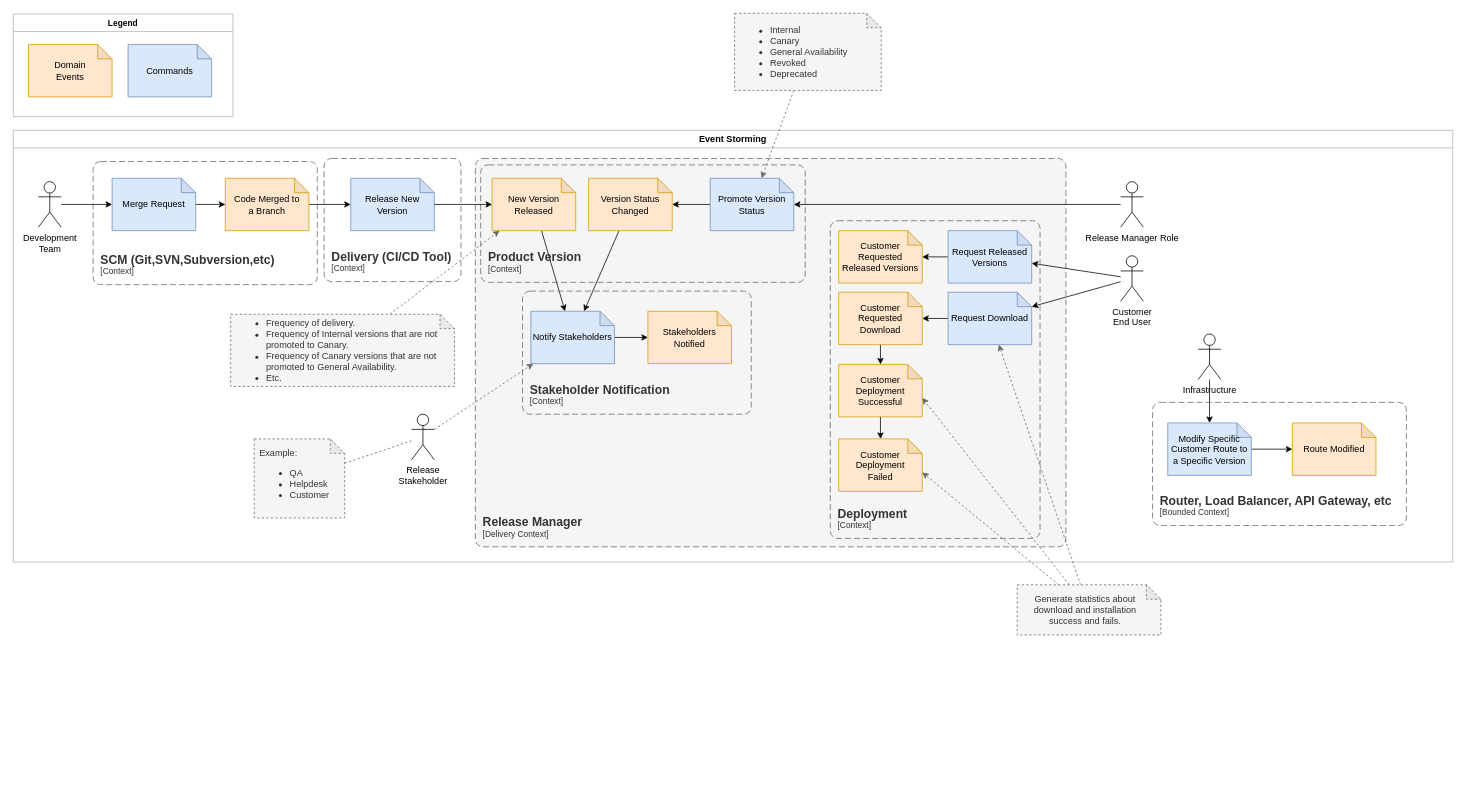
Above: page "Event Storming" (1 of 5) of docs/release-manager.drawio in release-manager-2023/concurso-intersystems-2023 (draw.io), before the change. Source tidied: cells renumbered, new cells numbered last; positions are measured from the earlier drawing's top-left corner, leaving out a move shared by most shapes. Both pictures are drawn from the tidied source at 76%, with x=0, y=0 at pixel (13, 13).
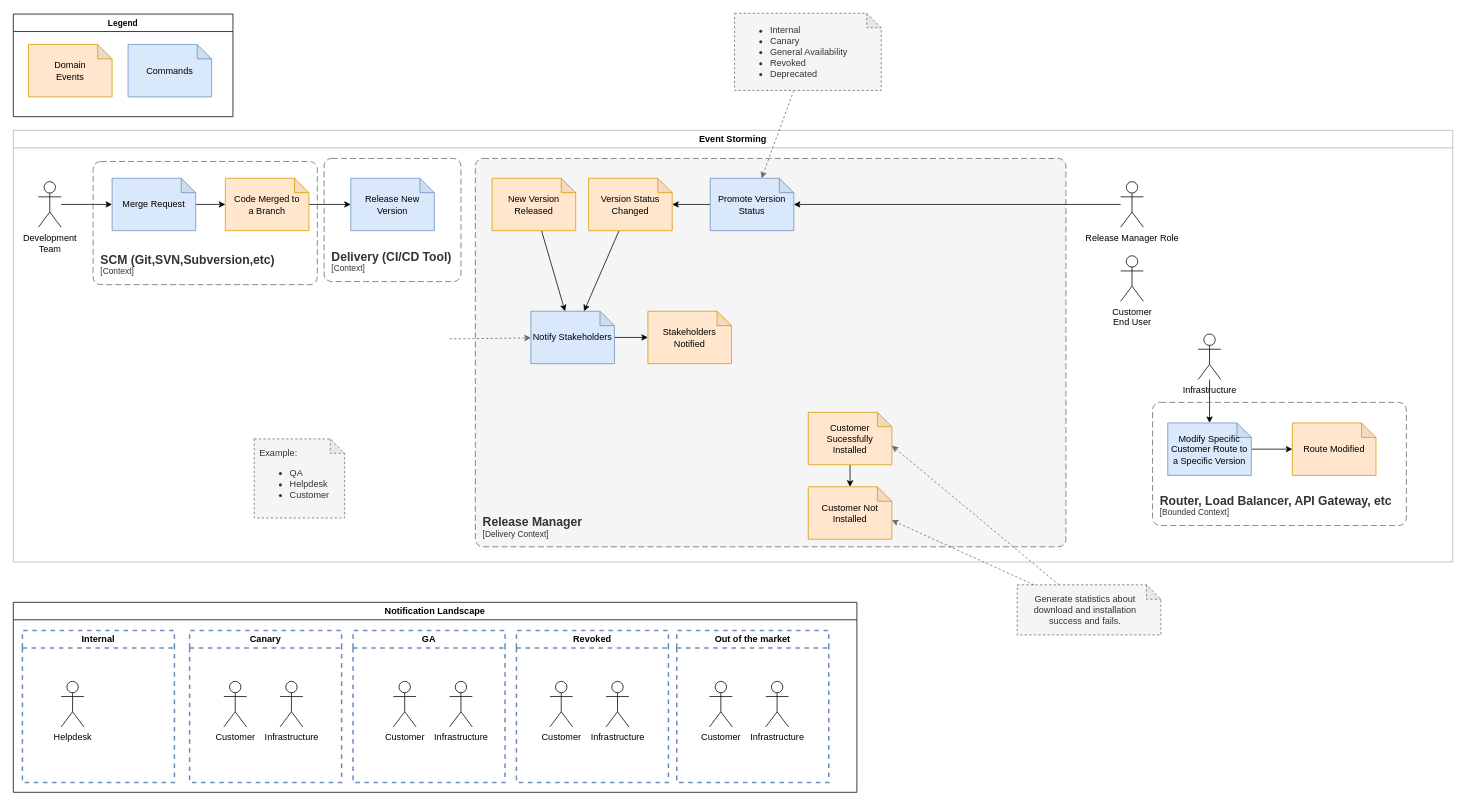
The same diagram, later.

Unchanged cells that the change refers to:
```xml
<mxCell id="2" value="Event Storming" style="swimlane;whiteSpace=wrap;html=1;strokeColor=#B3B3B3;" parent="1" vertex="1">
  <mxGeometry y="154" width="1894" height="568" as="geometry" />
</mxCell>
<mxCell id="10" value="Release New Version" style="shape=note;whiteSpace=wrap;html=1;backgroundOutline=1;darkOpacity=0.05;size=19;fillColor=#dae8fc;strokeColor=#6c8ebf;" parent="2" vertex="1">
  <mxGeometry x="444" y="63" width="110" height="69" as="geometry" />
</mxCell>
<mxCell id="17" value="Customer&lt;br&gt;End User" style="shape=umlActor;verticalLabelPosition=bottom;verticalAlign=top;html=1;outlineConnect=0;" parent="2" vertex="1">
  <mxGeometry x="1457" y="165" width="30" height="60" as="geometry" />
</mxCell>
<mxCell id="23" value="New Version Released" style="shape=note;whiteSpace=wrap;html=1;backgroundOutline=1;darkOpacity=0.05;size=19;fillColor=#ffe6cc;strokeColor=#d79b00;" parent="2" vertex="1">
  <mxGeometry x="630" y="63" width="110" height="69" as="geometry" />
</mxCell>
<mxCell id="25" value="Notify Stakeholders" style="shape=note;whiteSpace=wrap;html=1;backgroundOutline=1;darkOpacity=0.05;size=19;fillColor=#dae8fc;strokeColor=#6c8ebf;" parent="2" vertex="1">
  <mxGeometry x="681" y="238" width="110" height="69" as="geometry" />
</mxCell>
<mxCell id="29" value="&lt;div&gt;Example:&lt;/div&gt;&lt;ul&gt;&lt;li&gt;&lt;span style=&quot;background-color: initial;&quot;&gt;QA&lt;/span&gt;&lt;/li&gt;&lt;li&gt;&lt;span style=&quot;background-color: initial;&quot;&gt;Helpdesk&lt;/span&gt;&lt;/li&gt;&lt;li&gt;&lt;span style=&quot;background-color: initial;&quot;&gt;Customer&lt;/span&gt;&lt;/li&gt;&lt;/ul&gt;" style="shape=note;whiteSpace=wrap;html=1;backgroundOutline=1;darkOpacity=0.05;size=19;fillColor=#f5f5f5;strokeColor=#666666;fontColor=#333333;dashed=1;spacing=2;spacingRight=15;spacingLeft=5;align=left;" parent="2" vertex="1">
  <mxGeometry x="317" y="406" width="119" height="104" as="geometry" />
</mxCell>
<mxCell id="59" value="Generate statistics about download and installation success and fails." style="shape=note;whiteSpace=wrap;html=1;backgroundOutline=1;darkOpacity=0.05;size=19;fillColor=#f5f5f5;strokeColor=#666666;fontColor=#333333;dashed=1;spacing=2;spacingRight=15;spacingLeft=5;" parent="1" vertex="1">
  <mxGeometry x="1321" y="752" width="189" height="66" as="geometry" />
</mxCell>
```

What changed in the source:
```diff
@@
-    <mxCell id="15" style="edgeStyle=none;shape=connector;rounded=0;jettySize=auto;html=1;labelBackgroundColor=default;strokeColor=default;align=center;verticalAlign=middle;fontFamily=Helvetica;fontSize=11;fontColor=default;endArrow=classic;" parent="2" edge="1" source="17" target="44">
+    <mxCell id="15" style="edgeStyle=none;shape=connector;rounded=0;jettySize=auto;html=1;labelBackgroundColor=default;strokeColor=default;align=center;verticalAlign=middle;fontFamily=Helvetica;fontSize=11;fontColor=default;endArrow=classic;" parent="2" edge="1" source="17">
       <mxGeometry relative="1" as="geometry" />
     </mxCell>
-    <mxCell id="16" style="edgeStyle=none;shape=connector;rounded=0;jettySize=auto;html=1;labelBackgroundColor=default;strokeColor=default;align=center;verticalAlign=middle;fontFamily=Helvetica;fontSize=11;fontColor=default;endArrow=classic;" parent="2" edge="1" source="17" target="48">
+    <mxCell id="16" style="edgeStyle=none;shape=connector;rounded=0;jettySize=auto;html=1;labelBackgroundColor=default;strokeColor=default;align=center;verticalAlign=middle;fontFamily=Helvetica;fontSize=11;fontColor=default;endArrow=classic;" parent="2" edge="1" source="17">
       <mxGeometry relative="1" as="geometry" />
     </mxCell>
@@
-    <mxCell id="27" style="edgeStyle=none;shape=connector;rounded=0;jettySize=auto;html=1;labelBackgroundColor=default;strokeColor=#666666;align=center;verticalAlign=middle;fontFamily=Helvetica;fontSize=11;fontColor=default;endArrow=classic;fillColor=#f5f5f5;dashed=1;" parent="2" edge="1" source="52" target="25">
-      <mxGeometry relative="1" as="geometry" />
+    <mxCell id="27" style="edgeStyle=none;shape=connector;rounded=0;jettySize=auto;html=1;labelBackgroundColor=default;strokeColor=#666666;align=center;verticalAlign=middle;fontFamily=Helvetica;fontSize=11;fontColor=default;endArrow=classic;fillColor=#f5f5f5;dashed=1;" parent="2" edge="1" target="25">
+      <mxGeometry relative="1" as="geometry">
+        <mxPoint x="574" y="274.4" as="sourcePoint" />
+      </mxGeometry>
     </mxCell>
-    <mxCell id="28" style="rounded=0;jettySize=auto;html=1;dashed=1;fillColor=#f5f5f5;strokeColor=#666666;endArrow=none;endFill=0;" parent="2" edge="1" source="29" target="52">
+    <mxCell id="28" style="rounded=0;jettySize=auto;html=1;dashed=1;fillColor=#f5f5f5;strokeColor=#666666;endArrow=none;endFill=0;" parent="2" edge="1" source="29">
       <mxGeometry relative="1" as="geometry" />
     </mxCell>
@@
-    <mxCell id="36" value="&lt;div&gt;&lt;ul&gt;&lt;li&gt;Frequency of delivery.&lt;/li&gt;&lt;li&gt;Frequency of Internal versions that are not promoted to Canary.&lt;/li&gt;&lt;li&gt;Frequency of Canary versions that are not promoted to General Availability.&lt;/li&gt;&lt;li&gt;Etc.&lt;/li&gt;&lt;/ul&gt;&lt;/div&gt;" style="shape=note;whiteSpace=wrap;html=1;backgroundOutline=1;darkOpacity=0.05;size=19;fillColor=#f5f5f5;strokeColor=#666666;fontColor=#333333;dashed=1;spacing=2;spacingRight=15;spacingLeft=5;align=left;" parent="2" vertex="1">
-      <mxGeometry x="286" y="242" width="294.5" height="95" as="geometry" />
-    </mxCell>
-    <mxCell id="37" style="edgeStyle=none;shape=connector;rounded=0;jettySize=auto;html=1;labelBackgroundColor=default;strokeColor=#666666;align=center;verticalAlign=middle;fontFamily=Helvetica;fontSize=11;fontColor=default;endArrow=classic;fillColor=#f5f5f5;dashed=1;" parent="2" edge="1" source="36" target="23">
-      <mxGeometry relative="1" as="geometry" />
-    </mxCell>
-    <object id="38" label="&lt;font style=&quot;font-size: 16px&quot;&gt;&lt;b&gt;&lt;div style=&quot;text-align: left&quot;&gt;%c4Name%&lt;/div&gt;&lt;/b&gt;&lt;/font&gt;&lt;div style=&quot;text-align: left&quot;&gt;[%c4Application%]&lt;/div&gt;" c4Application="Context" c4Name="Product Version" placeholders="1">
-      <mxCell style="rounded=1;fontSize=11;whiteSpace=wrap;html=1;dashed=1;arcSize=20;fillColor=none;strokeColor=#666666;fontColor=#333333;labelBackgroundColor=none;align=left;verticalAlign=bottom;labelBorderColor=none;spacingTop=0;spacing=10;dashPattern=8 4;perimeter=rectanglePerimeter;noLabel=0;labelPadding=0;absoluteArcSize=1;" parent="2" vertex="1">
-        <mxGeometry x="615" y="45.5" width="427" height="154.5" as="geometry" />
-      </mxCell>
-    </object>
-    <mxCell id="39" style="edgeStyle=none;shape=connector;rounded=0;jettySize=auto;html=1;labelBackgroundColor=default;strokeColor=default;align=center;verticalAlign=middle;fontFamily=Helvetica;fontSize=11;fontColor=default;endArrow=classic;" parent="2" edge="1" source="10" target="23">
-      <mxGeometry relative="1" as="geometry" />
-    </mxCell>
-    <object id="40" label="&lt;font style=&quot;font-size: 16px&quot;&gt;&lt;b&gt;&lt;div style=&quot;text-align: left&quot;&gt;%c4Name%&lt;/div&gt;&lt;/b&gt;&lt;/font&gt;&lt;div style=&quot;text-align: left&quot;&gt;[%c4Application%]&lt;/div&gt;" c4Application="Context" c4Name="Stakeholder Notification" placeholders="1">
-      <mxCell style="rounded=1;fontSize=11;whiteSpace=wrap;html=1;dashed=1;arcSize=20;fillColor=none;strokeColor=#666666;fontColor=#333333;labelBackgroundColor=none;align=left;verticalAlign=bottom;labelBorderColor=none;spacingTop=0;spacing=10;dashPattern=8 4;perimeter=rectanglePerimeter;noLabel=0;labelPadding=0;absoluteArcSize=1;" parent="2" vertex="1">
-        <mxGeometry x="670" y="211.5" width="301" height="162" as="geometry" />
-      </mxCell>
-    </object>
-    <object id="41" label="&lt;font style=&quot;font-size: 16px&quot;&gt;&lt;b&gt;&lt;div style=&quot;text-align: left&quot;&gt;%c4Name%&lt;/div&gt;&lt;/b&gt;&lt;/font&gt;&lt;div style=&quot;text-align: left&quot;&gt;[%c4Application%]&lt;/div&gt;" c4Application="Context" c4Name="Deployment" placeholders="1">
-      <mxCell style="rounded=1;fontSize=11;whiteSpace=wrap;html=1;dashed=1;arcSize=20;fillColor=none;strokeColor=#666666;fontColor=#333333;labelBackgroundColor=none;align=left;verticalAlign=bottom;labelBorderColor=none;spacingTop=0;spacing=10;dashPattern=8 4;perimeter=rectanglePerimeter;noLabel=0;labelPadding=0;absoluteArcSize=1;" parent="2" vertex="1">
-        <mxGeometry x="1075" y="119" width="276" height="418" as="geometry" />
-      </mxCell>
-    </object>
-    <mxCell id="42" value="Customer Requested Released Versions" style="shape=note;whiteSpace=wrap;html=1;backgroundOutline=1;darkOpacity=0.05;size=19;fillColor=#ffe6cc;strokeColor=#d79b00;" parent="2" vertex="1">
-      <mxGeometry x="1086" y="132" width="110" height="69" as="geometry" />
-    </mxCell>
-    <mxCell id="43" style="edgeStyle=none;shape=connector;rounded=0;jettySize=auto;html=1;labelBackgroundColor=default;strokeColor=default;align=center;verticalAlign=middle;fontFamily=Helvetica;fontSize=11;fontColor=default;endArrow=classic;" parent="2" edge="1" source="44" target="42">
-      <mxGeometry relative="1" as="geometry" />
-    </mxCell>
-    <mxCell id="44" value="Request Released Versions" style="shape=note;whiteSpace=wrap;html=1;backgroundOutline=1;darkOpacity=0.05;size=19;fillColor=#dae8fc;strokeColor=#6c8ebf;" parent="2" vertex="1">
-      <mxGeometry x="1230" y="132" width="110" height="69" as="geometry" />
-    </mxCell>
-    <mxCell id="45" style="edgeStyle=none;shape=connector;rounded=0;jettySize=auto;html=1;labelBackgroundColor=default;strokeColor=default;align=center;verticalAlign=middle;fontFamily=Helvetica;fontSize=11;fontColor=default;endArrow=classic;" parent="2" edge="1" source="46" target="50">
-      <mxGeometry relative="1" as="geometry" />
-    </mxCell>
-    <mxCell id="46" value="Customer Requested Download" style="shape=note;whiteSpace=wrap;html=1;backgroundOutline=1;darkOpacity=0.05;size=19;fillColor=#ffe6cc;strokeColor=#d79b00;" parent="2" vertex="1">
-      <mxGeometry x="1086" y="213" width="110" height="69" as="geometry" />
-    </mxCell>
-    <mxCell id="47" style="edgeStyle=none;shape=connector;rounded=0;jettySize=auto;html=1;labelBackgroundColor=default;strokeColor=default;align=center;verticalAlign=middle;fontFamily=Helvetica;fontSize=11;fontColor=default;endArrow=classic;" parent="2" edge="1" source="48" target="46">
-      <mxGeometry relative="1" as="geometry" />
-    </mxCell>
-    <mxCell id="48" value="Request Download" style="shape=note;whiteSpace=wrap;html=1;backgroundOutline=1;darkOpacity=0.05;size=19;fillColor=#dae8fc;strokeColor=#6c8ebf;" parent="2" vertex="1">
-      <mxGeometry x="1230" y="213" width="110" height="69" as="geometry" />
-    </mxCell>
@@
-    <mxCell id="50" value="Customer&lt;br&gt;Deployment Successful" style="shape=note;whiteSpace=wrap;html=1;backgroundOutline=1;darkOpacity=0.05;size=19;fillColor=#ffe6cc;strokeColor=#d79b00;" parent="2" vertex="1">
-      <mxGeometry x="1086" y="308" width="110" height="69" as="geometry" />
+    <mxCell id="50" value="Customer Sucessfully Installed" style="shape=note;whiteSpace=wrap;html=1;backgroundOutline=1;darkOpacity=0.05;size=19;fillColor=#ffe6cc;strokeColor=#d79b00;" parent="2" vertex="1">
+      <mxGeometry x="1046" y="371" width="110" height="69" as="geometry" />
     </mxCell>
-    <mxCell id="51" value="Customer&lt;br&gt;Deployment&lt;br&gt;Failed" style="shape=note;whiteSpace=wrap;html=1;backgroundOutline=1;darkOpacity=0.05;size=19;fillColor=#ffe6cc;strokeColor=#d79b00;" parent="2" vertex="1">
-      <mxGeometry x="1086" y="406" width="110" height="69" as="geometry" />
+    <mxCell id="51" value="Customer Not Installed" style="shape=note;whiteSpace=wrap;html=1;backgroundOutline=1;darkOpacity=0.05;size=19;fillColor=#ffe6cc;strokeColor=#d79b00;" parent="2" vertex="1">
+      <mxGeometry x="1046" y="469" width="110" height="69" as="geometry" />
     </mxCell>
-    <mxCell id="52" value="Release&lt;br&gt;Stakeholder" style="shape=umlActor;verticalLabelPosition=bottom;verticalAlign=top;html=1;outlineConnect=0;" parent="2" vertex="1">
-      <mxGeometry x="524" y="373.5" width="30" height="60" as="geometry" />
-    </mxCell>
@@
-    <mxCell id="54" value="Legend" style="swimlane;whiteSpace=wrap;html=1;fontFamily=Helvetica;fontSize=11;fontColor=default;strokeColor=#B3B3B3;" parent="1" vertex="1">
+    <mxCell id="54" value="Legend" style="swimlane;whiteSpace=wrap;html=1;fontFamily=Helvetica;fontSize=11;fontColor=default;" parent="1" vertex="1">
       <mxGeometry y="1" width="289" height="135" as="geometry" />
     </mxCell>
@@
+    <mxCell id="62" value="Notification Landscape" style="swimlane;whiteSpace=wrap;html=1;" parent="1" vertex="1">
+      <mxGeometry y="775" width="1110" height="250" as="geometry" />
+    </mxCell>
+    <mxCell id="63" value="Internal" style="swimlane;whiteSpace=wrap;html=1;dashed=1;strokeWidth=2;fillColor=none;strokeColor=#6c8ebf;" parent="62" vertex="1">
+      <mxGeometry x="12" y="37" width="200" height="200" as="geometry" />
+    </mxCell>
+    <mxCell id="64" value="Helpdesk" style="shape=umlActor;verticalLabelPosition=bottom;verticalAlign=top;html=1;" parent="63" vertex="1">
+      <mxGeometry x="51" y="67" width="30" height="60" as="geometry" />
+    </mxCell>
+    <mxCell id="65" value="Canary" style="swimlane;whiteSpace=wrap;html=1;dashed=1;strokeWidth=2;fillColor=none;strokeColor=#6c8ebf;" parent="62" vertex="1">
+      <mxGeometry x="232" y="37" width="200" height="200" as="geometry" />
+    </mxCell>
+    <mxCell id="66" value="Customer" style="shape=umlActor;verticalLabelPosition=bottom;verticalAlign=top;html=1;" parent="65" vertex="1">
+      <mxGeometry x="45" y="67" width="30" height="60" as="geometry" />
+    </mxCell>
+    <mxCell id="67" value="Infrastructure" style="shape=umlActor;verticalLabelPosition=bottom;verticalAlign=top;html=1;" parent="65" vertex="1">
+      <mxGeometry x="119" y="67" width="30" height="60" as="geometry" />
+    </mxCell>
+    <mxCell id="68" value="GA" style="swimlane;whiteSpace=wrap;html=1;dashed=1;strokeWidth=2;fillColor=none;strokeColor=#6c8ebf;" parent="62" vertex="1">
+      <mxGeometry x="447" y="37" width="200" height="200" as="geometry" />
+    </mxCell>
+    <mxCell id="69" value="Customer" style="shape=umlActor;verticalLabelPosition=bottom;verticalAlign=top;html=1;" parent="68" vertex="1">
+      <mxGeometry x="53" y="67" width="30" height="60" as="geometry" />
+    </mxCell>
+    <mxCell id="70" value="Infrastructure" style="shape=umlActor;verticalLabelPosition=bottom;verticalAlign=top;html=1;" parent="68" vertex="1">
+      <mxGeometry x="127" y="67" width="30" height="60" as="geometry" />
+    </mxCell>
+    <mxCell id="71" value="Revoked" style="swimlane;whiteSpace=wrap;html=1;dashed=1;strokeWidth=2;fillColor=none;strokeColor=#6c8ebf;" parent="62" vertex="1">
+      <mxGeometry x="662" y="37" width="200" height="200" as="geometry" />
+    </mxCell>
+    <mxCell id="72" value="Customer" style="shape=umlActor;verticalLabelPosition=bottom;verticalAlign=top;html=1;" parent="71" vertex="1">
+      <mxGeometry x="44" y="67" width="30" height="60" as="geometry" />
+    </mxCell>
+    <mxCell id="73" value="Infrastructure" style="shape=umlActor;verticalLabelPosition=bottom;verticalAlign=top;html=1;" parent="71" vertex="1">
+      <mxGeometry x="118" y="67" width="30" height="60" as="geometry" />
+    </mxCell>
+    <mxCell id="74" value="Out of the market" style="swimlane;whiteSpace=wrap;html=1;dashed=1;strokeWidth=2;fillColor=none;strokeColor=#6c8ebf;" parent="62" vertex="1">
+      <mxGeometry x="873" y="37" width="200" height="200" as="geometry" />
+    </mxCell>
+    <mxCell id="75" value="Customer" style="shape=umlActor;verticalLabelPosition=bottom;verticalAlign=top;html=1;" parent="74" vertex="1">
+      <mxGeometry x="43" y="67" width="30" height="60" as="geometry" />
+    </mxCell>
+    <mxCell id="76" value="Infrastructure" style="shape=umlActor;verticalLabelPosition=bottom;verticalAlign=top;html=1;" parent="74" vertex="1">
+      <mxGeometry x="117" y="67" width="30" height="60" as="geometry" />
+    </mxCell>
-    <mxCell id="58" style="rounded=0;jettySize=auto;html=1;dashed=1;fillColor=#f5f5f5;strokeColor=#666666;" parent="1" edge="1" source="59" target="48">
+    <mxCell id="58" style="rounded=0;jettySize=auto;html=1;dashed=1;fillColor=#f5f5f5;strokeColor=#666666;" parent="1" edge="1" source="59">
       <mxGeometry relative="1" as="geometry" />
     </mxCell>
```
